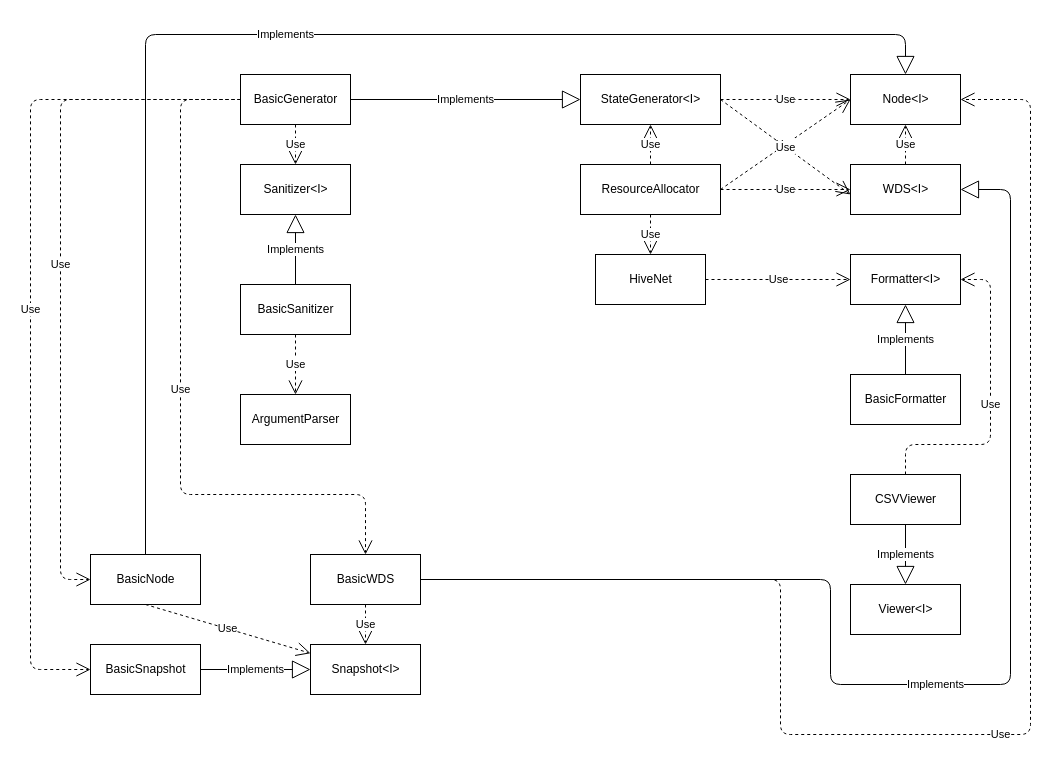
Before: specs/ClassDiagram.drawio in arstevens/hive-sim, a draw.io diagram. Source tidied: cells renumbered, new cells numbered last; positions are measured from the earlier drawing's top-left corner, leaving out a move shared by most shapes. Both pictures are drawn from the tidied source at 100%, with x=0, y=0 at pixel (30, 34).
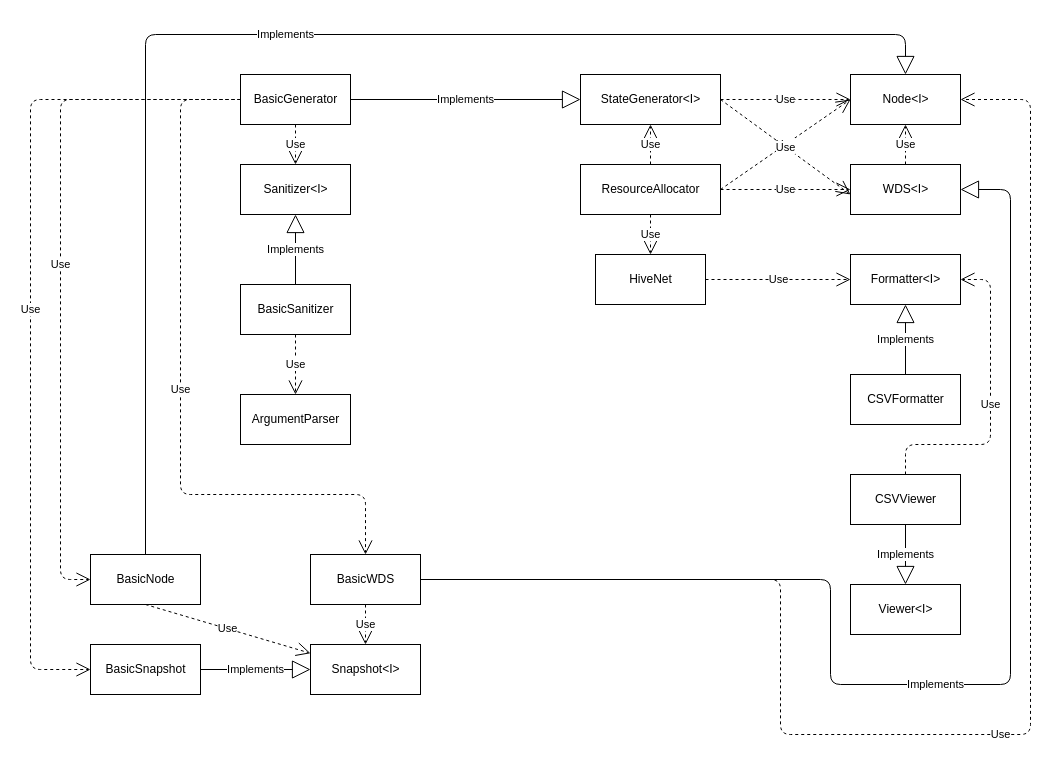
After the change.

Change to the diagram source:
```diff
@@
-    <mxCell id="11" value="BasicFormatter" style="html=1;" parent="1" vertex="1">
+    <mxCell id="11" value="CSVFormatter" style="html=1;" parent="1" vertex="1">
       <mxGeometry x="820" y="340" width="110" height="50" as="geometry" />
     </mxCell>
```
